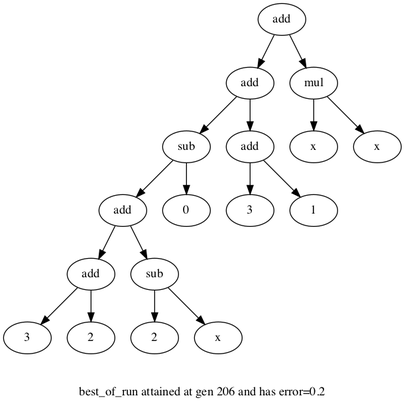
Earlier version of the Graphviz export best_of_run.gv.png (hyw1994/tiny_gp). Its source is kept beside it as best_of_run.gv.
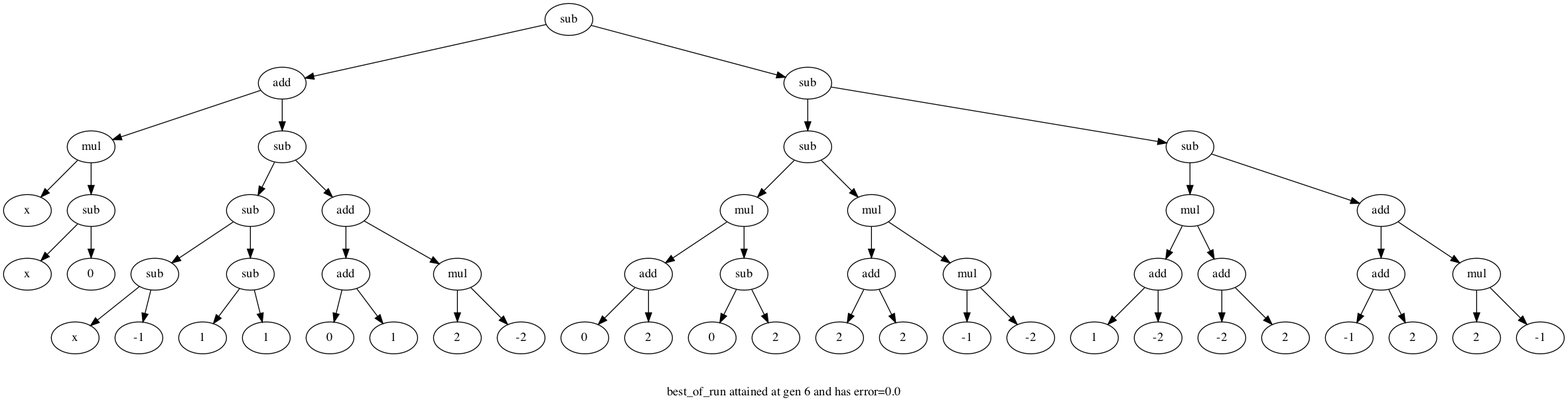
The same diagram one commit later.

The edit, as a diff of the source:
```diff
@@ -1,38 +1,110 @@
 digraph {
 	graph [label="
 
-best_of_run attained at gen 206 and has error=0.2"]
-	0 [label=add]
+best_of_run attained at gen 6 and has error=0.0"]
+	0 [label=sub]
 	0 -> 1
 	1 [label=add]
 	1 -> 2
-	2 [label=sub]
+	2 [label=mul]
 	2 -> 3
-	3 [label=add]
-	3 -> 4
-	4 [label=add]
+	3 [label=x]
+	2 -> 4
+	4 [label=sub]
 	4 -> 5
-	5 [label=3]
+	5 [label=x]
 	4 -> 6
-	6 [label=2]
-	3 -> 7
+	6 [label=0]
+	1 -> 7
 	7 [label=sub]
 	7 -> 8
-	8 [label=2]
-	7 -> 9
-	9 [label=x]
-	2 -> 10
-	10 [label=0]
-	1 -> 11
-	11 [label=add]
-	11 -> 12
-	12 [label=3]
-	11 -> 13
+	8 [label=sub]
+	8 -> 9
+	9 [label=sub]
+	9 -> 10
+	10 [label=x]
+	9 -> 11
+	11 [label=-1]
+	8 -> 12
+	12 [label=sub]
+	12 -> 13
 	13 [label=1]
-	0 -> 14
-	14 [label=mul]
-	14 -> 15
-	15 [label=x]
-	14 -> 16
-	16 [label=x]
+	12 -> 14
+	14 [label=1]
+	7 -> 15
+	15 [label=add]
+	15 -> 16
+	16 [label=add]
+	16 -> 17
+	17 [label=0]
+	16 -> 18
+	18 [label=1]
+	15 -> 19
+	19 [label=mul]
+	19 -> 20
+	20 [label=2]
+	19 -> 21
+	21 [label=-2]
+	0 -> 22
+	22 [label=sub]
+	22 -> 23
+	23 [label=sub]
+	23 -> 24
+	24 [label=mul]
+	24 -> 25
+	25 [label=add]
+	25 -> 26
+	26 [label=0]
+	25 -> 27
+	27 [label=2]
+	24 -> 28
+	28 [label=sub]
+	28 -> 29
+	29 [label=0]
+	28 -> 30
+	30 [label=2]
+	23 -> 31
+	31 [label=mul]
+	31 -> 32
+	32 [label=add]
+	32 -> 33
+	33 [label=2]
+	32 -> 34
+	34 [label=2]
+	31 -> 35
+	35 [label=mul]
+	35 -> 36
+	36 [label=-1]
+	35 -> 37
+	37 [label=-2]
+	22 -> 38
+	38 [label=sub]
+	38 -> 39
+	39 [label=mul]
+	39 -> 40
+	40 [label=add]
+	40 -> 41
+	41 [label=1]
+	40 -> 42
+	42 [label=-2]
+	39 -> 43
+	43 [label=add]
+	43 -> 44
+	44 [label=-2]
+	43 -> 45
+	45 [label=2]
+	38 -> 46
+	46 [label=add]
+	46 -> 47
+	47 [label=add]
+	47 -> 48
+	48 [label=-1]
+	47 -> 49
+	49 [label=2]
+	46 -> 50
+	50 [label=mul]
+	50 -> 51
+	51 [label=2]
+	50 -> 52
+	52 [label=-1]
 }
```
